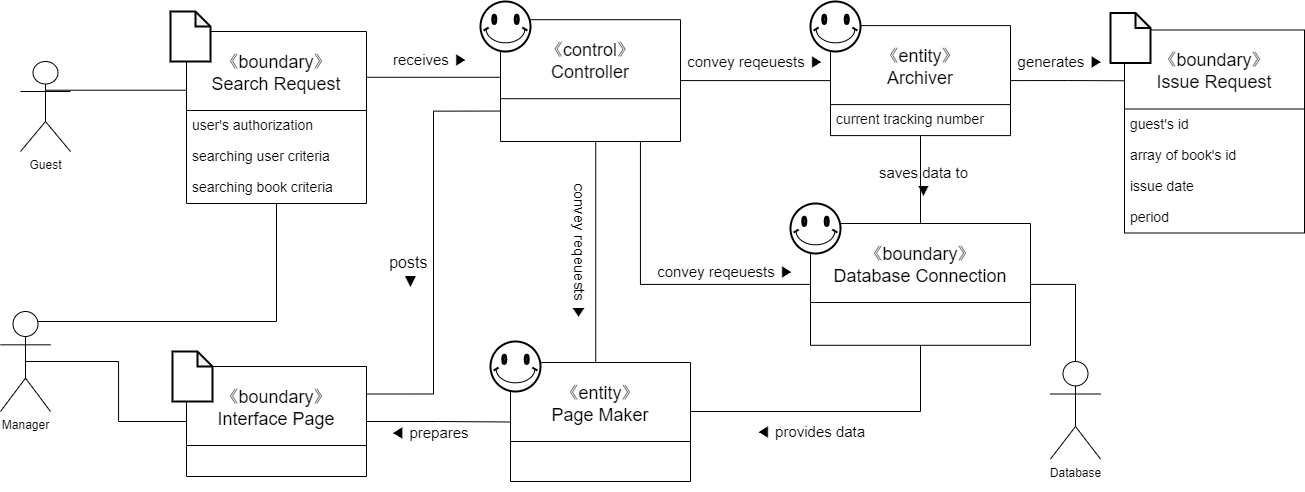
Earlier version of the draw.io export docs/DomainModels/diagram_images/DM-UC-04.png (youngkwon02/Enhanced-library-management). Source tidied: cells renumbered, new cells last; positions are measured from the earlier drawing's top-left corner, leaving out a move shared by most shapes.
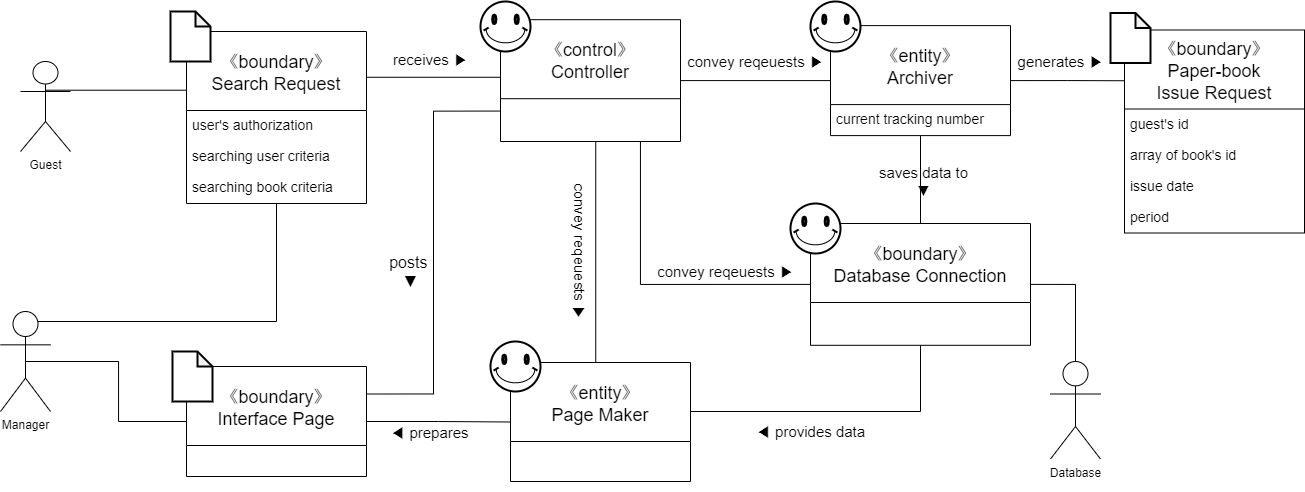
The same diagram one commit later.

Diff of the diagram source:
```diff
@@ -48,7 +48,7 @@
     <mxCell id="15" style="group;" parent="1" vertex="1">
       <mxGeometry x="1110" y="11.5" width="194" height="189" as="geometry" />
     </mxCell>
-    <mxCell id="16" value="《boundary》&#10;Issue Request" style="swimlane;fontStyle=0;horizontal=1;startSize=79;fontSize=18;" parent="15" vertex="1">
+    <mxCell id="16" value="《boundary》&#10;Paper-book&#10;Issue Request" style="swimlane;fontStyle=0;horizontal=1;startSize=79;fontSize=18;" parent="15" vertex="1">
       <mxGeometry x="14" y="17" width="180" height="203" as="geometry" />
     </mxCell>
     <mxCell id="17" value="guest's id" style="text;strokeColor=none;fillColor=none;align=left;verticalAlign=top;spacingLeft=4;spacingRight=4;overflow=hidden;fontSize=14;" parent="16" vertex="1">
```
